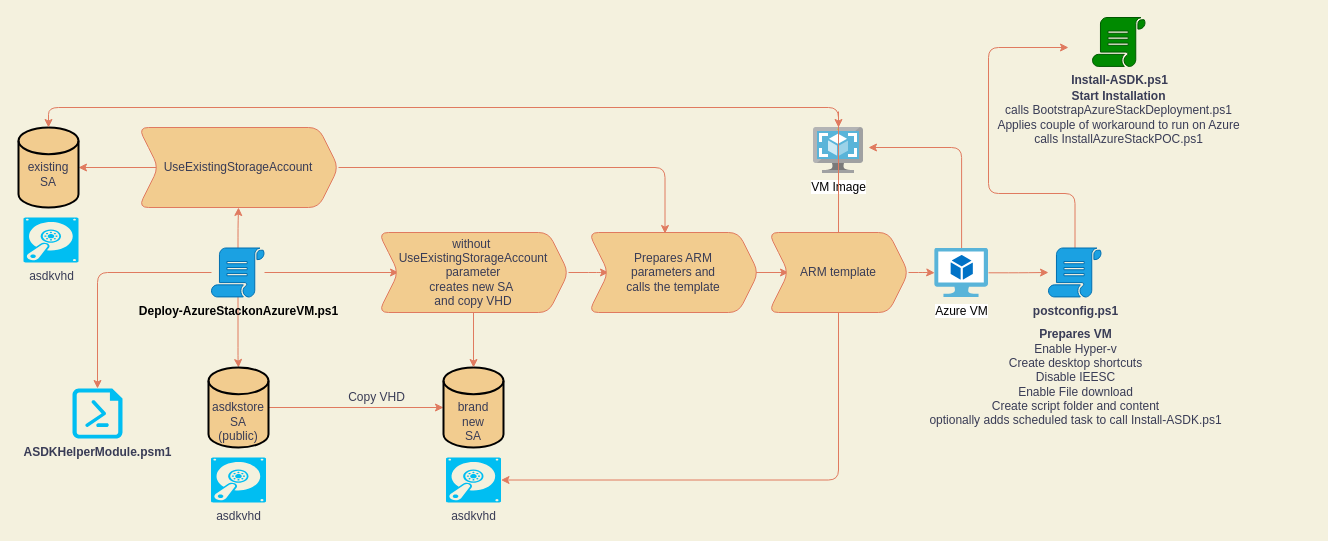
The draw.io diagram ARMv2/app_diagrams_net/AzureStackonAzureVM-FlowChart.drawio in yagmurs/AzureStack-VM-PoC, before the edit. Source tidied: cells renumbered, new cells numbered last; positions are measured from the earlier drawing's top-left corner, leaving out a move shared by most shapes. Both pictures are drawn from the tidied source at 100%, with x=0, y=0 at pixel (18, 17).
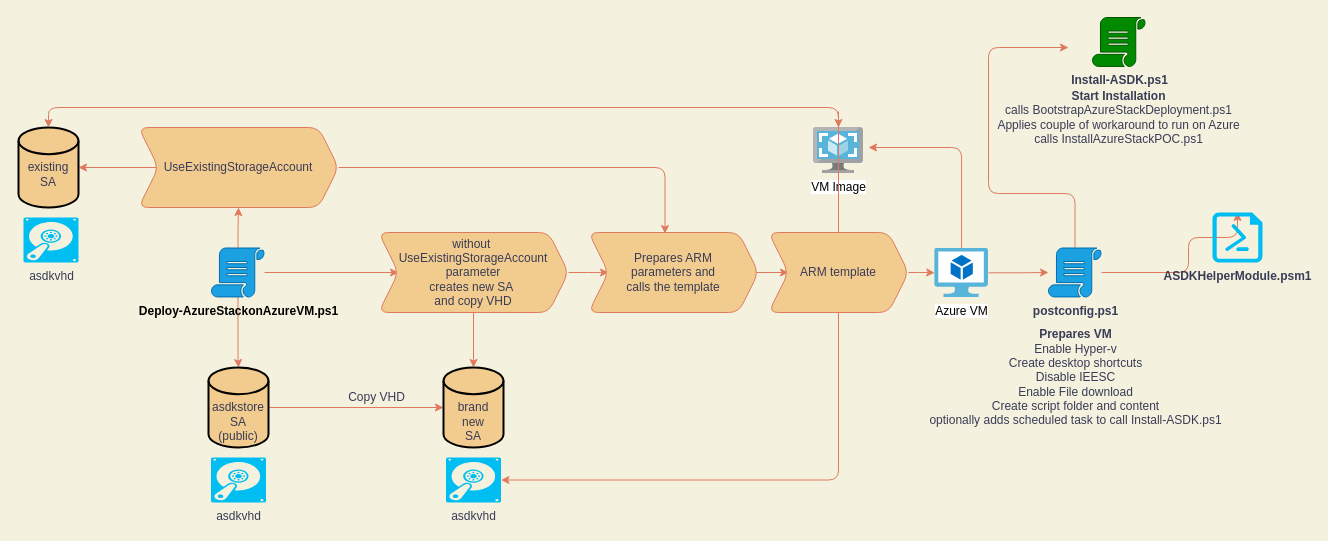
Above is the later version.

Commit message (it also covers changes not shown here):
copying pageblob with AzCopy as a default option

Unchanged cells that the change refers to:
```xml
<mxCell id="29" value="&lt;span&gt;&lt;font color=&quot;#000000&quot;&gt;&lt;b&gt;Deploy-AzureStackonAzureVM.ps1&lt;/b&gt;&lt;/font&gt;&lt;br&gt;&lt;/span&gt;" style="shadow=0;dashed=0;html=1;strokeColor=#006EAF;fillColor=#1ba1e2;labelPosition=center;verticalLabelPosition=bottom;verticalAlign=top;outlineConnect=0;align=center;shape=mxgraph.office.concepts.script;rounded=0;sketch=0;fontColor=#ffffff;" parent="1" vertex="1">
  <mxGeometry x="193" y="230.5" width="53" height="49" as="geometry" />
</mxCell>
<mxCell id="31" value="&lt;span style=&quot;color: rgb(57 , 60 , 86)&quot;&gt;&lt;b&gt;postconfig.ps1&lt;/b&gt;&lt;/span&gt;" style="shadow=0;dashed=0;html=1;strokeColor=#006EAF;fillColor=#1ba1e2;labelPosition=center;verticalLabelPosition=bottom;verticalAlign=top;outlineConnect=0;align=center;shape=mxgraph.office.concepts.script;rounded=0;sketch=0;fontColor=#ffffff;" parent="1" vertex="1">
  <mxGeometry x="1030" y="230.5" width="53" height="49" as="geometry" />
</mxCell>
```

Diff of the diagram source:
```diff
@@
-    <mxCell id="28" style="edgeStyle=orthogonalEdgeStyle;curved=0;rounded=1;sketch=0;jettySize=auto;html=1;entryX=0.5;entryY=0;entryDx=0;entryDy=0;entryPerimeter=0;strokeColor=#E07A5F;fillColor=#F2CC8F;fontColor=#393C56;" parent="1" edge="1" source="29" target="30">
+    <mxCell id="28" style="edgeStyle=orthogonalEdgeStyle;curved=0;rounded=1;sketch=0;jettySize=auto;html=1;entryX=0.5;entryY=0;entryDx=0;entryDy=0;entryPerimeter=0;strokeColor=#E07A5F;fillColor=#F2CC8F;fontColor=#393C56;" parent="1" edge="1" source="31" target="30">
       <mxGeometry relative="1" as="geometry">
         <Array as="points">
-          <mxPoint x="79" y="255" />
+          <mxPoint x="1170" y="255" />
+          <mxPoint x="1170" y="220" />
         </Array>
       </mxGeometry>
     </mxCell>
@@
     <mxCell id="30" value="&lt;b&gt;ASDKHelperModule.psm1&lt;/b&gt;" style="verticalLabelPosition=bottom;html=1;verticalAlign=top;align=center;strokeColor=none;fillColor=#00BEF2;shape=mxgraph.azure.powershell_file;rounded=0;sketch=0;fontColor=#393C56;" parent="1" vertex="1">
-      <mxGeometry x="54" y="371" width="50" height="50" as="geometry" />
+      <mxGeometry x="1194" y="195" width="50" height="50" as="geometry" />
     </mxCell>
```
